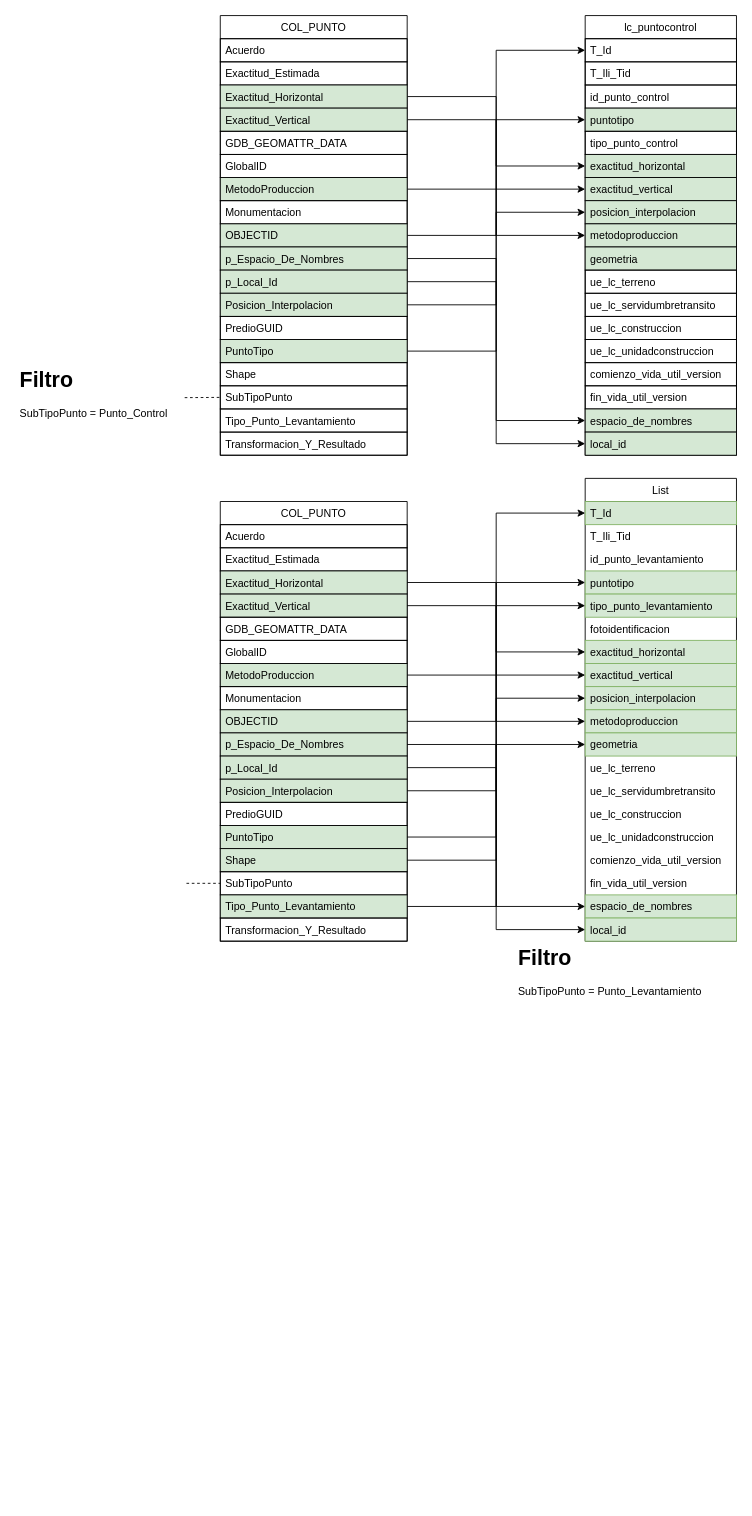
Earlier version of the draw.io diagram POSPR_MapeoEstructuraPruebaPilotoMigracionLADM.drawio (rjsaby/FlujoProcesos). Source tidied: cells renumbered, new cells numbered last; positions are measured from the earlier drawing's top-left corner, leaving out a move shared by most shapes. Both pictures are drawn from the tidied source at 89%, with x=0, y=0 at pixel (15, 15).
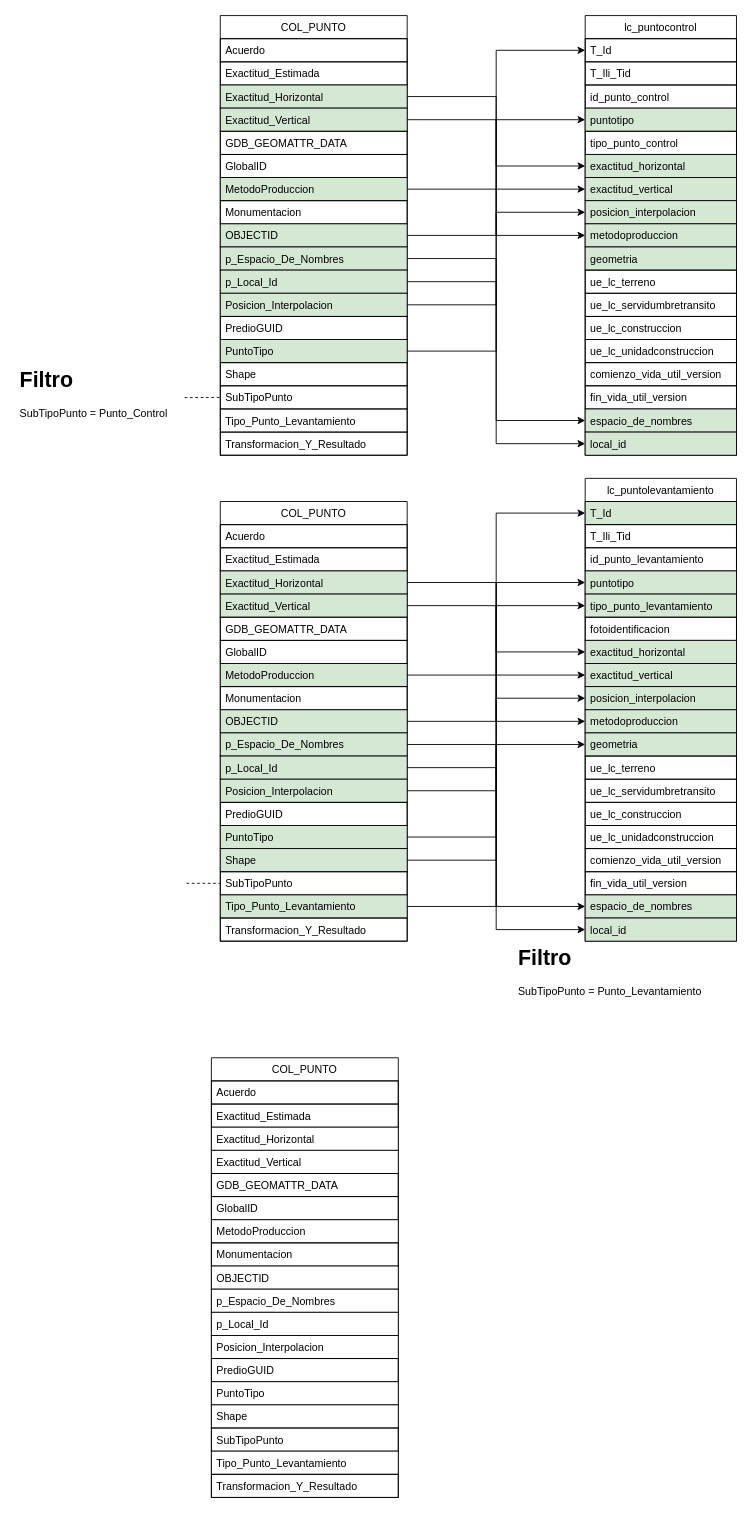
Above is the later version.

What changed in the source:
```diff
@@
-    <mxCell id="50" value="List" style="swimlane;fontStyle=0;horizontal=1;startSize=26;fillColor=none;strokeColor=#000000;" parent="1" vertex="1">
+    <mxCell id="50" value="lc_puntolevantamiento" style="swimlane;fontStyle=0;horizontal=1;startSize=26;fillColor=none;strokeColor=#000000;" parent="1" vertex="1">
       <mxGeometry x="640" y="520" width="170" height="520" as="geometry" />
     </mxCell>
-    <mxCell id="51" value="T_Id" style="text;strokeColor=#82b366;fillColor=#d5e8d4;align=left;verticalAlign=top;spacingLeft=4;spacingRight=4;overflow=hidden;points=[[0,0.5],[1,0.5]];portConstraint=eastwest;" parent="50" vertex="1">
+    <mxCell id="51" value="T_Id" style="text;fillColor=#d5e8d4;align=left;verticalAlign=top;spacingLeft=4;spacingRight=4;overflow=hidden;points=[[0,0.5],[1,0.5]];portConstraint=eastwest;strokeColor=#000000;" parent="50" vertex="1">
       <mxGeometry y="26" width="170" height="26" as="geometry" />
     </mxCell>
-    <mxCell id="52" value="T_Ili_Tid" style="text;strokeColor=none;fillColor=none;align=left;verticalAlign=top;spacingLeft=4;spacingRight=4;overflow=hidden;" parent="50" vertex="1">
+    <mxCell id="52" value="T_Ili_Tid" style="text;fillColor=none;align=left;verticalAlign=top;spacingLeft=4;spacingRight=4;overflow=hidden;strokeColor=#000000;" parent="50" vertex="1">
       <mxGeometry y="52" width="170" height="26" as="geometry" />
     </mxCell>
-    <mxCell id="53" value="id_punto_levantamiento" style="text;strokeColor=none;fillColor=none;align=left;verticalAlign=top;spacingLeft=4;spacingRight=4;overflow=hidden;" parent="50" vertex="1">
+    <mxCell id="53" value="id_punto_levantamiento" style="text;fillColor=none;align=left;verticalAlign=top;spacingLeft=4;spacingRight=4;overflow=hidden;strokeColor=#000000;" parent="50" vertex="1">
       <mxGeometry y="78" width="170" height="26" as="geometry" />
     </mxCell>
-    <mxCell id="54" value="puntotipo" style="text;strokeColor=#82b366;fillColor=#d5e8d4;align=left;verticalAlign=top;spacingLeft=4;spacingRight=4;overflow=hidden;points=[[0,0.5],[1,0.5]];portConstraint=eastwest;" parent="50" vertex="1">
+    <mxCell id="54" value="puntotipo" style="text;fillColor=#d5e8d4;align=left;verticalAlign=top;spacingLeft=4;spacingRight=4;overflow=hidden;points=[[0,0.5],[1,0.5]];portConstraint=eastwest;strokeColor=#000000;" parent="50" vertex="1">
       <mxGeometry y="104" width="170" height="26" as="geometry" />
     </mxCell>
-    <mxCell id="55" value="tipo_punto_levantamiento" style="text;strokeColor=#82b366;fillColor=#d5e8d4;align=left;verticalAlign=top;spacingLeft=4;spacingRight=4;overflow=hidden;points=[[0,0.5],[1,0.5]];portConstraint=eastwest;" parent="50" vertex="1">
+    <mxCell id="55" value="tipo_punto_levantamiento" style="text;fillColor=#d5e8d4;align=left;verticalAlign=top;spacingLeft=4;spacingRight=4;overflow=hidden;points=[[0,0.5],[1,0.5]];portConstraint=eastwest;strokeColor=#000000;" parent="50" vertex="1">
       <mxGeometry y="130" width="170" height="26" as="geometry" />
     </mxCell>
-    <mxCell id="56" value="fotoidentificacion" style="text;strokeColor=none;fillColor=none;align=left;verticalAlign=top;spacingLeft=4;spacingRight=4;overflow=hidden;" parent="50" vertex="1">
+    <mxCell id="56" value="fotoidentificacion" style="text;fillColor=none;align=left;verticalAlign=top;spacingLeft=4;spacingRight=4;overflow=hidden;strokeColor=#000000;" parent="50" vertex="1">
       <mxGeometry y="156" width="170" height="26" as="geometry" />
     </mxCell>
-    <mxCell id="57" value="exactitud_horizontal" style="text;strokeColor=#82b366;fillColor=#d5e8d4;align=left;verticalAlign=top;spacingLeft=4;spacingRight=4;overflow=hidden;points=[[0,0.5],[1,0.5]];portConstraint=eastwest;" parent="50" vertex="1">
+    <mxCell id="57" value="exactitud_horizontal" style="text;fillColor=#d5e8d4;align=left;verticalAlign=top;spacingLeft=4;spacingRight=4;overflow=hidden;points=[[0,0.5],[1,0.5]];portConstraint=eastwest;strokeColor=#000000;" parent="50" vertex="1">
       <mxGeometry y="182" width="170" height="26" as="geometry" />
     </mxCell>
-    <mxCell id="58" value="exactitud_vertical" style="text;strokeColor=#82b366;fillColor=#d5e8d4;align=left;verticalAlign=top;spacingLeft=4;spacingRight=4;overflow=hidden;points=[[0,0.5],[1,0.5]];portConstraint=eastwest;" parent="50" vertex="1">
+    <mxCell id="58" value="exactitud_vertical" style="text;fillColor=#d5e8d4;align=left;verticalAlign=top;spacingLeft=4;spacingRight=4;overflow=hidden;points=[[0,0.5],[1,0.5]];portConstraint=eastwest;strokeColor=#000000;" parent="50" vertex="1">
       <mxGeometry y="208" width="170" height="26" as="geometry" />
     </mxCell>
-    <mxCell id="59" value="posicion_interpolacion" style="text;strokeColor=#82b366;fillColor=#d5e8d4;align=left;verticalAlign=top;spacingLeft=4;spacingRight=4;overflow=hidden;points=[[0,0.5],[1,0.5]];portConstraint=eastwest;" parent="50" vertex="1">
+    <mxCell id="59" value="posicion_interpolacion" style="text;fillColor=#d5e8d4;align=left;verticalAlign=top;spacingLeft=4;spacingRight=4;overflow=hidden;points=[[0,0.5],[1,0.5]];portConstraint=eastwest;strokeColor=#000000;" parent="50" vertex="1">
       <mxGeometry y="234" width="170" height="26" as="geometry" />
     </mxCell>
-    <mxCell id="60" value="metodoproduccion" style="text;strokeColor=#82b366;fillColor=#d5e8d4;align=left;verticalAlign=top;spacingLeft=4;spacingRight=4;overflow=hidden;points=[[0,0.5],[1,0.5]];portConstraint=eastwest;" parent="50" vertex="1">
+    <mxCell id="60" value="metodoproduccion" style="text;fillColor=#d5e8d4;align=left;verticalAlign=top;spacingLeft=4;spacingRight=4;overflow=hidden;points=[[0,0.5],[1,0.5]];portConstraint=eastwest;strokeColor=#000000;" parent="50" vertex="1">
       <mxGeometry y="260" width="170" height="26" as="geometry" />
     </mxCell>
-    <mxCell id="61" value="geometria" style="text;strokeColor=#82b366;fillColor=#d5e8d4;align=left;verticalAlign=top;spacingLeft=4;spacingRight=4;overflow=hidden;points=[[0,0.5],[1,0.5]];portConstraint=eastwest;" parent="50" vertex="1">
+    <mxCell id="61" value="geometria" style="text;fillColor=#d5e8d4;align=left;verticalAlign=top;spacingLeft=4;spacingRight=4;overflow=hidden;points=[[0,0.5],[1,0.5]];portConstraint=eastwest;strokeColor=#000000;" parent="50" vertex="1">
       <mxGeometry y="286" width="170" height="26" as="geometry" />
     </mxCell>
-    <mxCell id="62" value="ue_lc_terreno" style="text;strokeColor=none;fillColor=none;align=left;verticalAlign=top;spacingLeft=4;spacingRight=4;overflow=hidden;" parent="50" vertex="1">
+    <mxCell id="62" value="ue_lc_terreno" style="text;fillColor=none;align=left;verticalAlign=top;spacingLeft=4;spacingRight=4;overflow=hidden;strokeColor=#000000;" parent="50" vertex="1">
       <mxGeometry y="312" width="170" height="26" as="geometry" />
     </mxCell>
-    <mxCell id="63" value="ue_lc_servidumbretransito" style="text;strokeColor=none;fillColor=none;align=left;verticalAlign=top;spacingLeft=4;spacingRight=4;overflow=hidden;" parent="50" vertex="1">
+    <mxCell id="63" value="ue_lc_servidumbretransito" style="text;fillColor=none;align=left;verticalAlign=top;spacingLeft=4;spacingRight=4;overflow=hidden;strokeColor=#000000;" parent="50" vertex="1">
       <mxGeometry y="338" width="170" height="26" as="geometry" />
     </mxCell>
-    <mxCell id="64" value="ue_lc_construccion" style="text;strokeColor=none;fillColor=none;align=left;verticalAlign=top;spacingLeft=4;spacingRight=4;overflow=hidden;" parent="50" vertex="1">
+    <mxCell id="64" value="ue_lc_construccion" style="text;fillColor=none;align=left;verticalAlign=top;spacingLeft=4;spacingRight=4;overflow=hidden;strokeColor=#000000;" parent="50" vertex="1">
       <mxGeometry y="364" width="170" height="26" as="geometry" />
     </mxCell>
-    <mxCell id="65" value="ue_lc_unidadconstruccion" style="text;strokeColor=none;fillColor=none;align=left;verticalAlign=top;spacingLeft=4;spacingRight=4;overflow=hidden;" parent="50" vertex="1">
+    <mxCell id="65" value="ue_lc_unidadconstruccion" style="text;fillColor=none;align=left;verticalAlign=top;spacingLeft=4;spacingRight=4;overflow=hidden;strokeColor=#000000;" parent="50" vertex="1">
       <mxGeometry y="390" width="170" height="26" as="geometry" />
     </mxCell>
-    <mxCell id="66" value="comienzo_vida_util_version" style="text;strokeColor=none;fillColor=none;align=left;verticalAlign=top;spacingLeft=4;spacingRight=4;overflow=hidden;" parent="50" vertex="1">
+    <mxCell id="66" value="comienzo_vida_util_version" style="text;fillColor=none;align=left;verticalAlign=top;spacingLeft=4;spacingRight=4;overflow=hidden;strokeColor=#000000;" parent="50" vertex="1">
       <mxGeometry y="416" width="170" height="26" as="geometry" />
     </mxCell>
-    <mxCell id="67" value="fin_vida_util_version" style="text;strokeColor=none;fillColor=none;align=left;verticalAlign=top;spacingLeft=4;spacingRight=4;overflow=hidden;" parent="50" vertex="1">
+    <mxCell id="67" value="fin_vida_util_version" style="text;fillColor=none;align=left;verticalAlign=top;spacingLeft=4;spacingRight=4;overflow=hidden;strokeColor=#000000;" parent="50" vertex="1">
       <mxGeometry y="442" width="170" height="26" as="geometry" />
     </mxCell>
-    <mxCell id="68" value="espacio_de_nombres" style="text;strokeColor=#82b366;fillColor=#d5e8d4;align=left;verticalAlign=top;spacingLeft=4;spacingRight=4;overflow=hidden;points=[[0,0.5],[1,0.5]];portConstraint=eastwest;" parent="50" vertex="1">
+    <mxCell id="68" value="espacio_de_nombres" style="text;fillColor=#d5e8d4;align=left;verticalAlign=top;spacingLeft=4;spacingRight=4;overflow=hidden;points=[[0,0.5],[1,0.5]];portConstraint=eastwest;strokeColor=#000000;" parent="50" vertex="1">
       <mxGeometry y="468" width="170" height="26" as="geometry" />
     </mxCell>
-    <mxCell id="69" value="local_id" style="text;strokeColor=#82b366;fillColor=#d5e8d4;align=left;verticalAlign=top;spacingLeft=4;spacingRight=4;overflow=hidden;points=[[0,0.5],[1,0.5]];portConstraint=eastwest;" parent="50" vertex="1">
+    <mxCell id="69" value="local_id" style="text;fillColor=#d5e8d4;align=left;verticalAlign=top;spacingLeft=4;spacingRight=4;overflow=hidden;points=[[0,0.5],[1,0.5]];portConstraint=eastwest;strokeColor=#000000;" parent="50" vertex="1">
       <mxGeometry y="494" width="170" height="26" as="geometry" />
     </mxCell>
@@
+    <mxCell id="101" value="COL_PUNTO" style="swimlane;fontStyle=0;horizontal=1;startSize=26;fillColor=none;" parent="1" vertex="1">
+      <mxGeometry x="220" y="1171" width="210" height="494" as="geometry" />
+    </mxCell>
+    <mxCell id="102" value="Acuerdo" style="text;fillColor=none;align=left;verticalAlign=top;spacingLeft=4;spacingRight=4;overflow=hidden;strokeColor=#000000;" parent="101" vertex="1">
+      <mxGeometry y="26" width="210" height="26" as="geometry" />
+    </mxCell>
+    <mxCell id="103" value="Exactitud_Estimada" style="text;fillColor=none;align=left;verticalAlign=top;spacingLeft=4;spacingRight=4;overflow=hidden;strokeColor=#000000;" parent="101" vertex="1">
+      <mxGeometry y="52" width="210" height="26" as="geometry" />
+    </mxCell>
+    <mxCell id="104" value="Exactitud_Horizontal" style="text;align=left;verticalAlign=top;spacingLeft=4;spacingRight=4;overflow=hidden;strokeColor=#000000;fillColor=#FFFFFF;" parent="101" vertex="1">
+      <mxGeometry y="78" width="210" height="26" as="geometry" />
+    </mxCell>
+    <mxCell id="105" value="Exactitud_Vertical" style="text;align=left;verticalAlign=top;spacingLeft=4;spacingRight=4;overflow=hidden;strokeColor=#000000;fillColor=#FFFFFF;" parent="101" vertex="1">
+      <mxGeometry y="104" width="210" height="26" as="geometry" />
+    </mxCell>
+    <mxCell id="106" value="GDB_GEOMATTR_DATA" style="text;fillColor=none;align=left;verticalAlign=top;spacingLeft=4;spacingRight=4;overflow=hidden;strokeColor=#000000;" parent="101" vertex="1">
+      <mxGeometry y="130" width="210" height="26" as="geometry" />
+    </mxCell>
+    <mxCell id="107" value="GlobalID" style="text;fillColor=none;align=left;verticalAlign=top;spacingLeft=4;spacingRight=4;overflow=hidden;strokeColor=#000000;" parent="101" vertex="1">
+      <mxGeometry y="156" width="210" height="26" as="geometry" />
+    </mxCell>
+    <mxCell id="108" value="MetodoProduccion" style="text;align=left;verticalAlign=top;spacingLeft=4;spacingRight=4;overflow=hidden;strokeColor=#000000;fillColor=#FFFFFF;" parent="101" vertex="1">
+      <mxGeometry y="182" width="210" height="26" as="geometry" />
+    </mxCell>
+    <mxCell id="109" value="Monumentacion" style="text;fillColor=none;align=left;verticalAlign=top;spacingLeft=4;spacingRight=4;overflow=hidden;strokeColor=#000000;" parent="101" vertex="1">
+      <mxGeometry y="208" width="210" height="26" as="geometry" />
+    </mxCell>
+    <mxCell id="110" value="OBJECTID" style="text;align=left;verticalAlign=top;spacingLeft=4;spacingRight=4;overflow=hidden;strokeColor=#000000;fillColor=#FFFFFF;" parent="101" vertex="1">
+      <mxGeometry y="234" width="210" height="26" as="geometry" />
+    </mxCell>
+    <mxCell id="111" value="p_Espacio_De_Nombres" style="text;align=left;verticalAlign=top;spacingLeft=4;spacingRight=4;overflow=hidden;strokeColor=#000000;fillColor=#FFFFFF;" parent="101" vertex="1">
+      <mxGeometry y="260" width="210" height="26" as="geometry" />
+    </mxCell>
+    <mxCell id="112" value="p_Local_Id" style="text;align=left;verticalAlign=top;spacingLeft=4;spacingRight=4;overflow=hidden;strokeColor=#000000;fillColor=#FFFFFF;" parent="101" vertex="1">
+      <mxGeometry y="286" width="210" height="26" as="geometry" />
+    </mxCell>
+    <mxCell id="113" value="Posicion_Interpolacion" style="text;align=left;verticalAlign=top;spacingLeft=4;spacingRight=4;overflow=hidden;strokeColor=#000000;fillColor=#FFFFFF;" parent="101" vertex="1">
+      <mxGeometry y="312" width="210" height="26" as="geometry" />
+    </mxCell>
+    <mxCell id="114" value="PredioGUID" style="text;fillColor=none;align=left;verticalAlign=top;spacingLeft=4;spacingRight=4;overflow=hidden;strokeColor=#000000;" parent="101" vertex="1">
+      <mxGeometry y="338" width="210" height="26" as="geometry" />
+    </mxCell>
+    <mxCell id="115" value="PuntoTipo" style="text;align=left;verticalAlign=top;spacingLeft=4;spacingRight=4;overflow=hidden;strokeColor=#000000;fillColor=#FFFFFF;" parent="101" vertex="1">
+      <mxGeometry y="364" width="210" height="26" as="geometry" />
+    </mxCell>
+    <mxCell id="116" value="Shape" style="text;align=left;verticalAlign=top;spacingLeft=4;spacingRight=4;overflow=hidden;strokeColor=#000000;fillColor=#FFFFFF;" parent="101" vertex="1">
+      <mxGeometry y="390" width="210" height="26" as="geometry" />
+    </mxCell>
+    <mxCell id="117" value="SubTipoPunto" style="text;fillColor=none;align=left;verticalAlign=top;spacingLeft=4;spacingRight=4;overflow=hidden;strokeColor=#000000;" parent="101" vertex="1">
+      <mxGeometry y="416" width="210" height="26" as="geometry" />
+    </mxCell>
+    <mxCell id="118" value="Tipo_Punto_Levantamiento" style="text;align=left;verticalAlign=top;spacingLeft=4;spacingRight=4;overflow=hidden;strokeColor=#000000;fillColor=#FFFFFF;" parent="101" vertex="1">
+      <mxGeometry y="442" width="210" height="26" as="geometry" />
+    </mxCell>
+    <mxCell id="119" value="Transformacion_Y_Resultado" style="text;fillColor=none;align=left;verticalAlign=top;spacingLeft=4;spacingRight=4;overflow=hidden;strokeColor=#000000;" parent="101" vertex="1">
+      <mxGeometry y="468" width="210" height="26" as="geometry" />
+    </mxCell>
```
